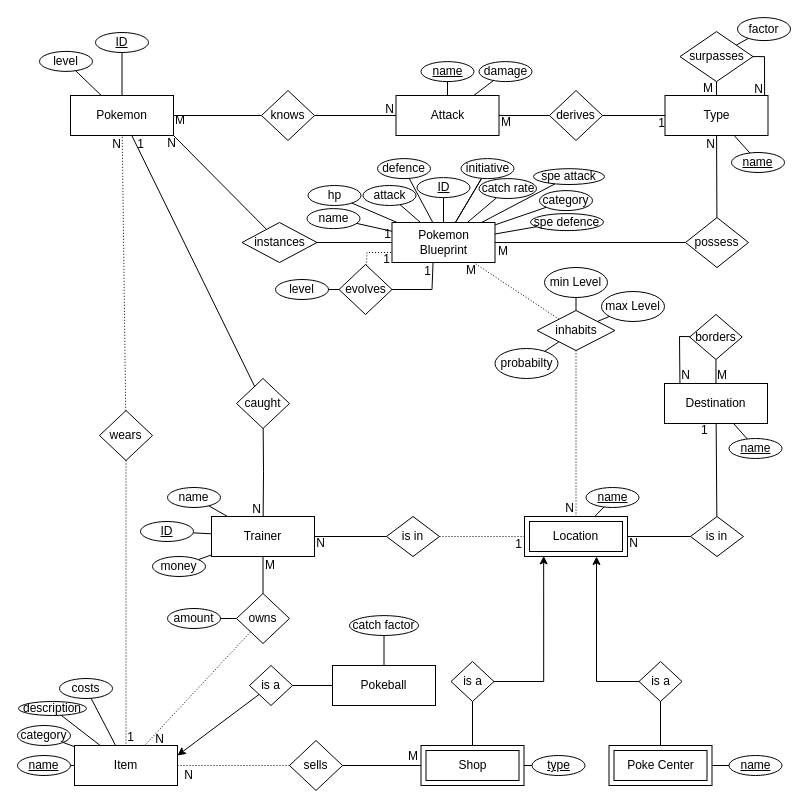
Before: Projekt/Pokemon Scuffed Grey.drawio in mypictur3esforu/Pokemon-Scuffed-Grey, a draw.io diagram. Source tidied: cells renumbered, new cells numbered last; positions are measured from the earlier drawing's top-left corner, leaving out a move shared by most shapes. Both pictures are drawn from the tidied source at 100%, with x=0, y=0 at pixel (17, 17).
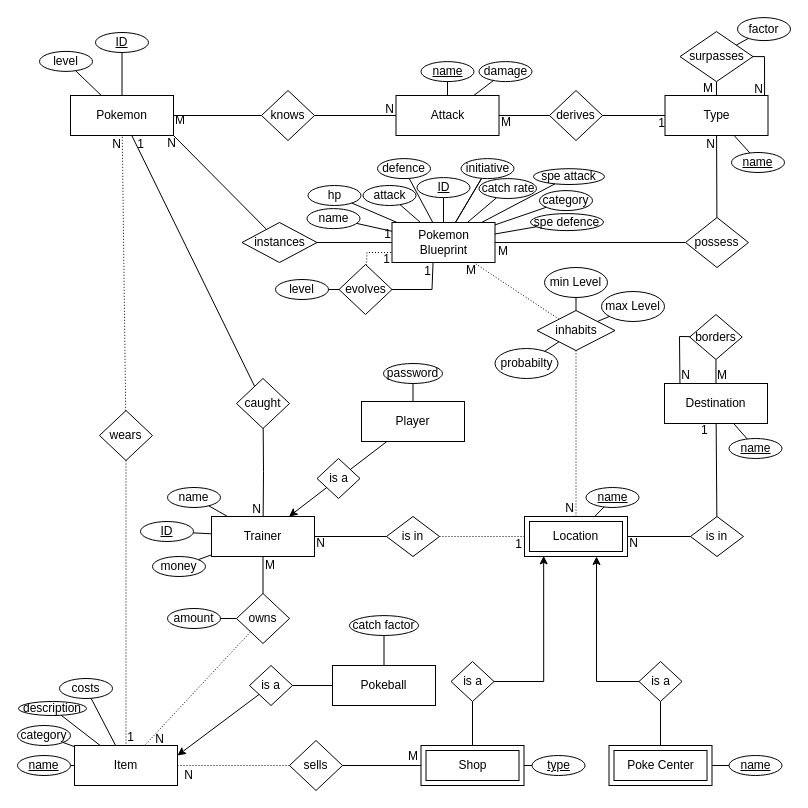
After the change.

Commit message (it also covers changes not shown here):
Player create + User Login with name and password

The change refers to these unchanged cells:
```xml
<mxCell id="4" value="Trainer" style="whiteSpace=wrap;html=1;align=center;" parent="1" vertex="1">
  <mxGeometry x="194" y="499" width="103" height="40" as="geometry" />
</mxCell>
```

What changed in the source:
```diff
@@
+    <mxCell id="160" value="Player" style="whiteSpace=wrap;html=1;align=center;" parent="1" vertex="1">
+      <mxGeometry x="344" y="384" width="103" height="40" as="geometry" />
+    </mxCell>
+    <mxCell id="161" style="endArrow=none;html=1;rounded=0;" parent="1" edge="1" source="160" target="162">
+      <mxGeometry relative="1" as="geometry" />
+    </mxCell>
+    <mxCell id="162" value="is a" style="shape=rhombus;perimeter=rhombusPerimeter;whiteSpace=wrap;html=1;align=center;" parent="1" vertex="1">
+      <mxGeometry x="299.5" y="441" width="43" height="40" as="geometry" />
+    </mxCell>
+    <mxCell id="163" style="endArrow=classic;html=1;rounded=0;" parent="1" edge="1" source="162" target="4">
+      <mxGeometry relative="1" as="geometry" />
+    </mxCell>
+    <mxCell id="164" value="password" style="ellipse;whiteSpace=wrap;html=1;align=center;" parent="1" vertex="1">
+      <mxGeometry x="366" y="346" width="59" height="20" as="geometry" />
+    </mxCell>
+    <mxCell id="165" style="endArrow=none;html=1;rounded=0;elbow=vertical;" parent="1" edge="1" source="160" target="164">
+      <mxGeometry relative="1" as="geometry" />
+    </mxCell>
```
